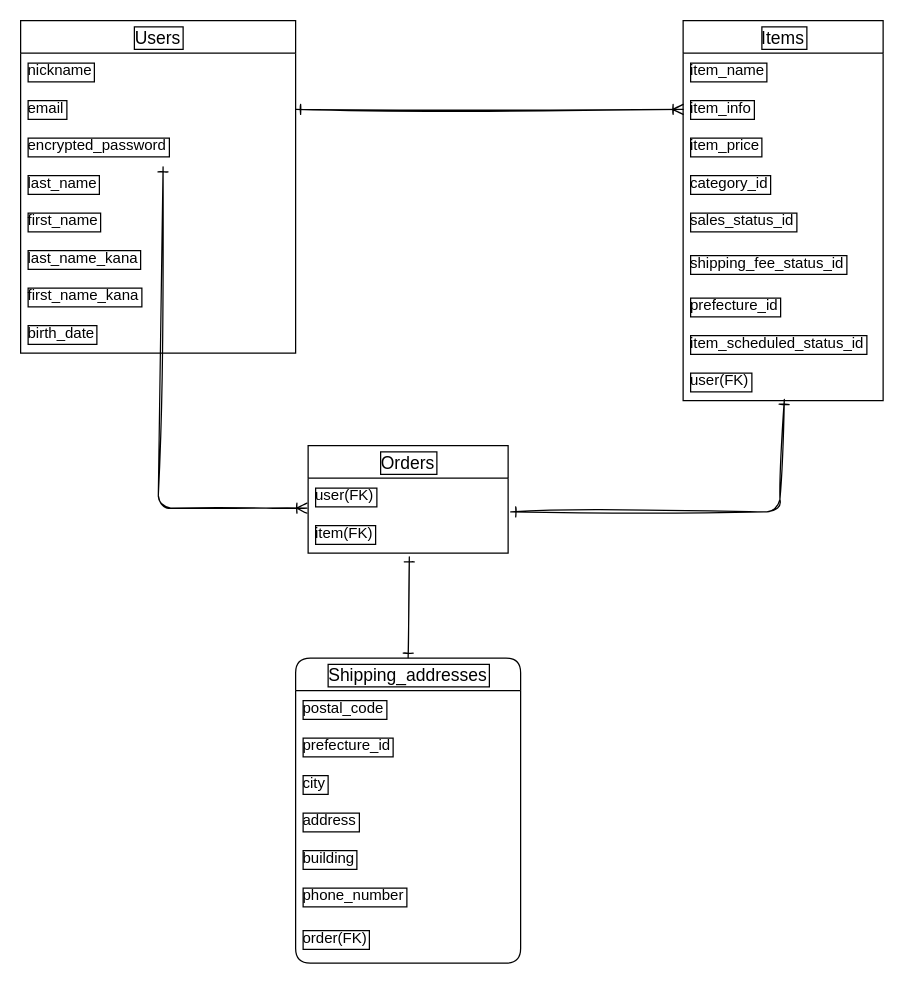
Earlier version of the draw.io diagram furima.dio (akiyuki-23/furima-38388). Source tidied: cells renumbered, new cells numbered last; positions are measured from the earlier drawing's top-left corner, leaving out a move shared by most shapes. Both pictures are drawn from the tidied source at 125%, with x=0, y=0 at pixel (20, 20).
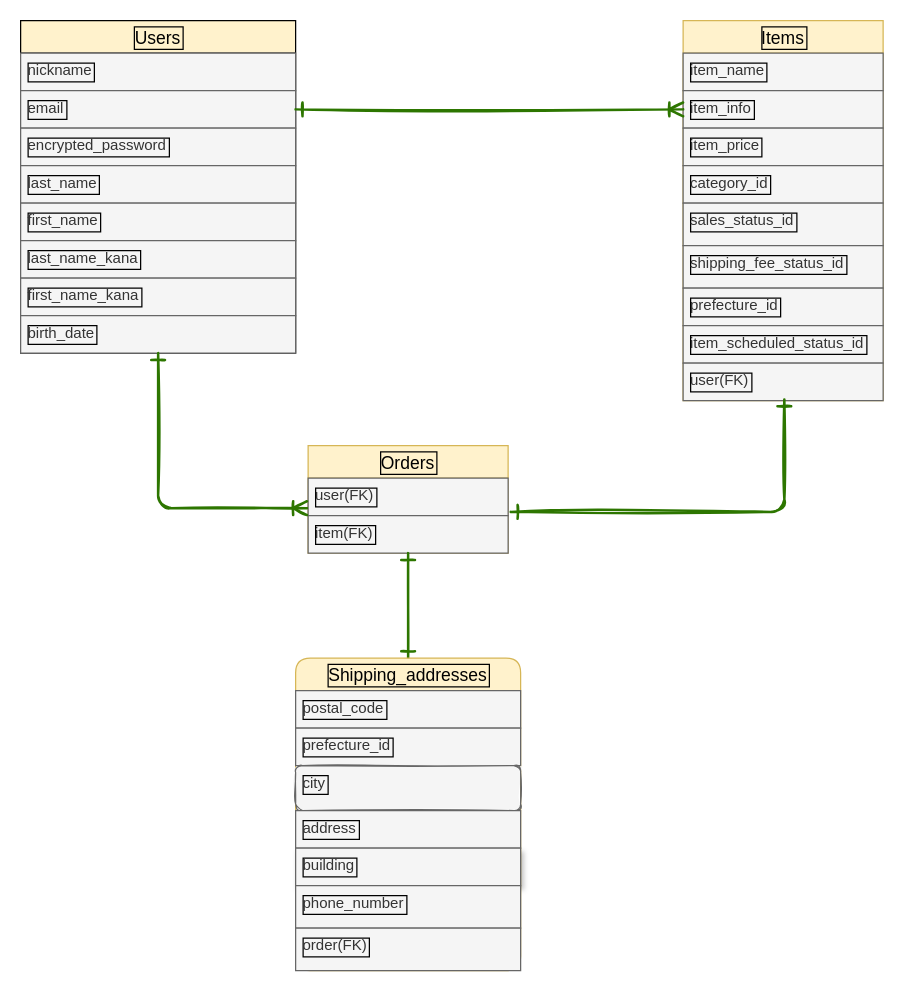
The same page after the edit.

Commit message (it also covers changes not shown here):
ER図のテキスト変更

The edit, as a diff of the source:
```diff
@@
-    <mxCell id="2" value="Items" style="swimlane;fontStyle=0;horizontal=1;startSize=26;align=center;fontSize=14;labelBorderColor=default;" parent="1" vertex="1">
+    <mxCell id="2" value="Items" style="swimlane;fontStyle=0;horizontal=1;startSize=26;align=center;fontSize=14;labelBorderColor=default;fillColor=#fff2cc;strokeColor=#d6b656;" parent="1" vertex="1">
       <mxGeometry x="530" width="160" height="304" as="geometry" />
     </mxCell>
-    <mxCell id="3" value="item_name" style="text;strokeColor=none;fillColor=none;spacingLeft=4;spacingRight=4;overflow=hidden;fontSize=12;labelBorderColor=default;" parent="2" vertex="1">
+    <mxCell id="3" value="item_name" style="text;strokeColor=#666666;fillColor=#f5f5f5;spacingLeft=4;spacingRight=4;overflow=hidden;fontSize=12;labelBorderColor=default;fontColor=#333333;" parent="2" vertex="1">
       <mxGeometry y="26" width="160" height="30" as="geometry" />
     </mxCell>
-    <mxCell id="4" value="item_info" style="text;strokeColor=none;fillColor=none;spacingLeft=4;spacingRight=4;overflow=hidden;points=[[0,0.5],[1,0.5]];portConstraint=eastwest;fontSize=12;labelBorderColor=default;" parent="2" vertex="1">
+    <mxCell id="4" value="item_info" style="text;strokeColor=#666666;fillColor=#f5f5f5;spacingLeft=4;spacingRight=4;overflow=hidden;points=[[0,0.5],[1,0.5]];portConstraint=eastwest;fontSize=12;labelBorderColor=default;fontColor=#333333;" parent="2" vertex="1">
       <mxGeometry y="56" width="160" height="30" as="geometry" />
     </mxCell>
-    <mxCell id="5" value="item_price" style="text;strokeColor=none;fillColor=none;spacingLeft=4;spacingRight=4;overflow=hidden;fontSize=12;labelBorderColor=default;" parent="2" vertex="1">
+    <mxCell id="5" value="item_price" style="text;strokeColor=#666666;fillColor=#f5f5f5;spacingLeft=4;spacingRight=4;overflow=hidden;fontSize=12;labelBorderColor=default;fontColor=#333333;" parent="2" vertex="1">
       <mxGeometry y="86" width="160" height="30" as="geometry" />
     </mxCell>
-    <mxCell id="6" value="category_id" style="text;strokeColor=none;fillColor=none;spacingLeft=4;spacingRight=4;overflow=hidden;fontSize=12;labelBorderColor=default;" parent="2" vertex="1">
+    <mxCell id="6" value="category_id" style="text;strokeColor=#666666;fillColor=#f5f5f5;spacingLeft=4;spacingRight=4;overflow=hidden;fontSize=12;labelBorderColor=default;fontColor=#333333;" parent="2" vertex="1">
       <mxGeometry y="116" width="160" height="30" as="geometry" />
     </mxCell>
-    <mxCell id="7" value="sales_status_id" style="text;strokeColor=none;fillColor=none;spacingLeft=4;spacingRight=4;overflow=hidden;fontSize=12;labelBorderColor=default;" parent="2" vertex="1">
+    <mxCell id="7" value="sales_status_id" style="text;strokeColor=#666666;fillColor=#f5f5f5;spacingLeft=4;spacingRight=4;overflow=hidden;fontSize=12;labelBorderColor=default;fontColor=#333333;" parent="2" vertex="1">
       <mxGeometry y="146" width="160" height="34" as="geometry" />
     </mxCell>
-    <mxCell id="8" value="shipping_fee_status_id" style="text;strokeColor=none;fillColor=none;spacingLeft=4;spacingRight=4;overflow=hidden;fontSize=12;labelBorderColor=default;" parent="2" vertex="1">
+    <mxCell id="8" value="shipping_fee_status_id" style="text;strokeColor=#666666;fillColor=#f5f5f5;spacingLeft=4;spacingRight=4;overflow=hidden;fontSize=12;labelBorderColor=default;fontColor=#333333;" parent="2" vertex="1">
       <mxGeometry y="180" width="160" height="34" as="geometry" />
     </mxCell>
-    <mxCell id="9" value="prefecture_id" style="text;strokeColor=none;fillColor=none;spacingLeft=4;spacingRight=4;overflow=hidden;fontSize=12;labelBorderColor=default;" parent="2" vertex="1">
+    <mxCell id="9" value="prefecture_id" style="text;strokeColor=#666666;fillColor=#f5f5f5;spacingLeft=4;spacingRight=4;overflow=hidden;fontSize=12;labelBorderColor=default;fontColor=#333333;" parent="2" vertex="1">
       <mxGeometry y="214" width="160" height="30" as="geometry" />
     </mxCell>
-    <mxCell id="10" value="item_scheduled_status_id" style="text;strokeColor=none;fillColor=none;spacingLeft=4;spacingRight=4;overflow=hidden;fontSize=12;labelBorderColor=default;" parent="2" vertex="1">
+    <mxCell id="10" value="item_scheduled_status_id" style="text;strokeColor=#666666;fillColor=#f5f5f5;spacingLeft=4;spacingRight=4;overflow=hidden;fontSize=12;labelBorderColor=default;fontColor=#333333;" parent="2" vertex="1">
       <mxGeometry y="244" width="160" height="30" as="geometry" />
     </mxCell>
-    <mxCell id="11" value="user(FK)" style="text;strokeColor=none;fillColor=none;spacingLeft=4;spacingRight=4;overflow=hidden;points=[[0,0.5],[1,0.5]];portConstraint=eastwest;fontSize=12;labelBorderColor=default;" parent="2" vertex="1">
+    <mxCell id="11" value="user(FK)" style="text;strokeColor=#666666;fillColor=#f5f5f5;spacingLeft=4;spacingRight=4;overflow=hidden;points=[[0,0.5],[1,0.5]];portConstraint=eastwest;fontSize=12;labelBorderColor=default;fontColor=#333333;" parent="2" vertex="1">
       <mxGeometry y="274" width="160" height="30" as="geometry" />
     </mxCell>
-    <mxCell id="12" value="Orders" style="swimlane;fontStyle=0;horizontal=1;startSize=26;align=center;fontSize=14;labelBorderColor=default;" parent="1" vertex="1">
+    <mxCell id="12" value="Orders" style="swimlane;fontStyle=0;horizontal=1;startSize=26;align=center;fontSize=14;labelBorderColor=default;fillColor=#fff2cc;strokeColor=#d6b656;" parent="1" vertex="1">
       <mxGeometry x="230" y="340" width="160" height="86" as="geometry" />
     </mxCell>
-    <mxCell id="13" value="user(FK)" style="text;strokeColor=none;fillColor=none;spacingLeft=4;spacingRight=4;overflow=hidden;points=[[0,0.5],[1,0.5]];portConstraint=eastwest;fontSize=12;labelBorderColor=default;" parent="12" vertex="1">
+    <mxCell id="13" value="user(FK)" style="text;strokeColor=#666666;fillColor=#f5f5f5;spacingLeft=4;spacingRight=4;overflow=hidden;points=[[0,0.5],[1,0.5]];portConstraint=eastwest;fontSize=12;labelBorderColor=default;fontColor=#333333;" parent="12" vertex="1">
       <mxGeometry y="26" width="160" height="30" as="geometry" />
     </mxCell>
-    <mxCell id="14" value="item(FK)" style="text;strokeColor=none;fillColor=none;spacingLeft=4;spacingRight=4;overflow=hidden;points=[[0,0.5],[1,0.5]];portConstraint=eastwest;fontSize=12;labelBorderColor=default;" parent="12" vertex="1">
+    <mxCell id="14" value="item(FK)" style="text;strokeColor=#666666;fillColor=#f5f5f5;spacingLeft=4;spacingRight=4;overflow=hidden;points=[[0,0.5],[1,0.5]];portConstraint=eastwest;fontSize=12;labelBorderColor=default;fontColor=#333333;" parent="12" vertex="1">
       <mxGeometry y="56" width="160" height="30" as="geometry" />
     </mxCell>
-    <mxCell id="15" value="Users" style="swimlane;fontStyle=0;horizontal=1;startSize=26;align=center;fontSize=14;labelBorderColor=default;" parent="1" vertex="1">
+    <mxCell id="15" value="Users" style="swimlane;fontStyle=0;horizontal=1;startSize=26;align=center;fontSize=14;labelBorderColor=default;strokeColor=#000000;fillColor=#fff2cc;" parent="1" vertex="1">
       <mxGeometry width="220" height="266" as="geometry" />
     </mxCell>
-    <mxCell id="16" value="nickname" style="text;strokeColor=none;fillColor=none;spacingLeft=4;spacingRight=4;overflow=hidden;fontSize=12;labelBorderColor=default;" parent="15" vertex="1">
+    <mxCell id="16" value="nickname" style="text;strokeColor=#666666;fillColor=#f5f5f5;spacingLeft=4;spacingRight=4;overflow=hidden;fontSize=12;labelBorderColor=default;fontColor=#333333;" parent="15" vertex="1">
       <mxGeometry y="26" width="220" height="30" as="geometry" />
     </mxCell>
-    <mxCell id="17" value="email" style="text;strokeColor=none;fillColor=none;spacingLeft=4;spacingRight=4;overflow=hidden;points=[[0,0.5],[1,0.5]];portConstraint=eastwest;fontSize=12;labelBorderColor=default;" parent="15" vertex="1">
+    <mxCell id="17" value="email" style="text;strokeColor=#666666;fillColor=#f5f5f5;spacingLeft=4;spacingRight=4;overflow=hidden;points=[[0,0.5],[1,0.5]];portConstraint=eastwest;fontSize=12;labelBorderColor=default;fontColor=#333333;" parent="15" vertex="1">
       <mxGeometry y="56" width="220" height="30" as="geometry" />
     </mxCell>
-    <mxCell id="18" value="encrypted_password" style="text;strokeColor=none;fillColor=none;spacingLeft=4;spacingRight=4;overflow=hidden;points=[[0,0.5],[1,0.5]];portConstraint=eastwest;fontSize=12;labelBorderColor=default;" parent="15" vertex="1">
+    <mxCell id="18" value="encrypted_password" style="text;strokeColor=#666666;fillColor=#f5f5f5;spacingLeft=4;spacingRight=4;overflow=hidden;points=[[0,0.5],[1,0.5]];portConstraint=eastwest;fontSize=12;labelBorderColor=default;fontColor=#333333;" parent="15" vertex="1">
       <mxGeometry y="86" width="220" height="30" as="geometry" />
     </mxCell>
-    <mxCell id="19" value="last_name" style="text;strokeColor=none;fillColor=none;spacingLeft=4;spacingRight=4;overflow=hidden;fontSize=12;labelBorderColor=default;" parent="15" vertex="1">
+    <mxCell id="19" value="last_name" style="text;strokeColor=#666666;fillColor=#f5f5f5;spacingLeft=4;spacingRight=4;overflow=hidden;fontSize=12;labelBorderColor=default;fontColor=#333333;" parent="15" vertex="1">
       <mxGeometry y="116" width="220" height="30" as="geometry" />
     </mxCell>
-    <mxCell id="20" value="first_name" style="text;strokeColor=none;fillColor=none;spacingLeft=4;spacingRight=4;overflow=hidden;fontSize=12;labelBorderColor=default;" parent="15" vertex="1">
+    <mxCell id="20" value="first_name" style="text;strokeColor=#666666;fillColor=#f5f5f5;spacingLeft=4;spacingRight=4;overflow=hidden;fontSize=12;labelBorderColor=default;fontColor=#333333;" parent="15" vertex="1">
       <mxGeometry y="146" width="220" height="30" as="geometry" />
     </mxCell>
-    <mxCell id="21" value="last_name_kana" style="text;strokeColor=none;fillColor=none;spacingLeft=4;spacingRight=4;overflow=hidden;fontSize=12;labelBorderColor=default;" parent="15" vertex="1">
+    <mxCell id="21" value="last_name_kana" style="text;strokeColor=#666666;fillColor=#f5f5f5;spacingLeft=4;spacingRight=4;overflow=hidden;fontSize=12;labelBorderColor=default;fontColor=#333333;" parent="15" vertex="1">
       <mxGeometry y="176" width="220" height="30" as="geometry" />
     </mxCell>
-    <mxCell id="22" value="first_name_kana" style="text;strokeColor=none;fillColor=none;spacingLeft=4;spacingRight=4;overflow=hidden;fontSize=12;labelBorderColor=default;" parent="15" vertex="1">
+    <mxCell id="22" value="first_name_kana" style="text;strokeColor=#666666;fillColor=#f5f5f5;spacingLeft=4;spacingRight=4;overflow=hidden;fontSize=12;labelBorderColor=default;fontColor=#333333;" parent="15" vertex="1">
       <mxGeometry y="206" width="220" height="30" as="geometry" />
     </mxCell>
-    <mxCell id="23" value="birth_date" style="text;strokeColor=none;fillColor=none;spacingLeft=4;spacingRight=4;overflow=hidden;fontSize=12;labelBorderColor=default;" parent="15" vertex="1">
+    <mxCell id="23" value="birth_date" style="text;strokeColor=#666666;fillColor=#f5f5f5;spacingLeft=4;spacingRight=4;overflow=hidden;fontSize=12;labelBorderColor=default;fontColor=#333333;" parent="15" vertex="1">
       <mxGeometry y="236" width="220" height="30" as="geometry" />
     </mxCell>
-    <mxCell id="24" style="edgeStyle=none;sketch=1;html=1;exitX=0.5;exitY=0;exitDx=0;exitDy=0;entryX=0.506;entryY=1.1;entryDx=0;entryDy=0;entryPerimeter=0;startArrow=ERone;startFill=0;endArrow=ERone;endFill=0;" parent="1" edge="1" source="25" target="14">
+    <mxCell id="24" style="sketch=1;html=1;startArrow=ERone;startFill=0;endArrow=ERone;endFill=0;strokeWidth=2;endSize=8;startSize=8;fillColor=#60a917;strokeColor=#2D7600;" parent="1" edge="1" source="25" target="12">
       <mxGeometry relative="1" as="geometry" />
     </mxCell>
-    <mxCell id="25" value="Shipping_addresses" style="swimlane;fontStyle=0;horizontal=1;startSize=26;align=center;fontSize=14;labelBorderColor=default;rounded=1;" parent="1" vertex="1">
-      <mxGeometry x="220" y="510" width="180" height="244" as="geometry" />
+    <mxCell id="25" value="Shipping_addresses" style="swimlane;fontStyle=0;horizontal=1;startSize=26;align=center;fontSize=14;labelBorderColor=default;rounded=1;fillColor=#fff2cc;strokeColor=#d6b656;" parent="1" vertex="1">
+      <mxGeometry x="220" y="510" width="180" height="250" as="geometry" />
     </mxCell>
-    <mxCell id="26" value="postal_code" style="text;strokeColor=none;fillColor=none;spacingLeft=4;spacingRight=4;overflow=hidden;fontSize=12;labelBorderColor=default;" parent="25" vertex="1">
+    <mxCell id="26" value="postal_code" style="text;strokeColor=#666666;fillColor=#f5f5f5;spacingLeft=4;spacingRight=4;overflow=hidden;fontSize=12;labelBorderColor=default;fontColor=#333333;" parent="25" vertex="1">
       <mxGeometry y="26" width="180" height="30" as="geometry" />
     </mxCell>
-    <mxCell id="27" value="prefecture_id" style="text;strokeColor=none;fillColor=none;spacingLeft=4;spacingRight=4;overflow=hidden;fontSize=12;labelBorderColor=default;" parent="25" vertex="1">
+    <mxCell id="27" value="prefecture_id" style="text;strokeColor=#666666;fillColor=#f5f5f5;spacingLeft=4;spacingRight=4;overflow=hidden;fontSize=12;labelBorderColor=default;fontColor=#333333;" parent="25" vertex="1">
       <mxGeometry y="56" width="180" height="30" as="geometry" />
     </mxCell>
-    <mxCell id="28" value="city" style="text;strokeColor=none;fillColor=none;spacingLeft=4;spacingRight=4;overflow=hidden;fontSize=12;labelBorderColor=default;rounded=1;sketch=1;" parent="25" vertex="1">
-      <mxGeometry y="86" width="180" height="30" as="geometry" />
+    <mxCell id="28" value="city" style="text;strokeColor=#666666;fillColor=#f5f5f5;spacingLeft=4;spacingRight=4;overflow=hidden;fontSize=12;labelBorderColor=default;rounded=1;sketch=1;fillStyle=solid;fontColor=#333333;" parent="25" vertex="1">
+      <mxGeometry y="86" width="180" height="36" as="geometry" />
     </mxCell>
-    <mxCell id="29" value="address" style="text;strokeColor=none;fillColor=none;spacingLeft=4;spacingRight=4;overflow=hidden;fontSize=12;labelBorderColor=default;" parent="25" vertex="1">
-      <mxGeometry y="116" width="180" height="30" as="geometry" />
+    <mxCell id="29" value="address" style="text;strokeColor=#666666;fillColor=#f5f5f5;spacingLeft=4;spacingRight=4;overflow=hidden;fontSize=12;labelBorderColor=default;fontColor=#333333;" parent="25" vertex="1">
+      <mxGeometry y="122" width="180" height="30" as="geometry" />
     </mxCell>
-    <mxCell id="30" value="building" style="text;strokeColor=none;fillColor=none;spacingLeft=4;spacingRight=4;overflow=hidden;fontSize=12;labelBorderColor=default;shadow=1;" parent="25" vertex="1">
-      <mxGeometry y="146" width="180" height="30" as="geometry" />
+    <mxCell id="30" value="building" style="text;strokeColor=#666666;fillColor=#f5f5f5;spacingLeft=4;spacingRight=4;overflow=hidden;fontSize=12;labelBorderColor=default;shadow=1;fontColor=#333333;" parent="25" vertex="1">
+      <mxGeometry y="152" width="180" height="30" as="geometry" />
     </mxCell>
-    <mxCell id="31" value="phone_number" style="text;strokeColor=none;fillColor=none;spacingLeft=4;spacingRight=4;overflow=hidden;fontSize=12;labelBorderColor=default;" parent="25" vertex="1">
-      <mxGeometry y="176" width="180" height="34" as="geometry" />
+    <mxCell id="31" value="phone_number" style="text;strokeColor=#666666;fillColor=#f5f5f5;spacingLeft=4;spacingRight=4;overflow=hidden;fontSize=12;labelBorderColor=default;fontColor=#333333;" parent="25" vertex="1">
+      <mxGeometry y="182" width="180" height="34" as="geometry" />
     </mxCell>
-    <mxCell id="32" value="order(FK)" style="text;strokeColor=none;fillColor=none;spacingLeft=4;spacingRight=4;overflow=hidden;fontSize=12;labelBorderColor=default;" parent="25" vertex="1">
-      <mxGeometry y="210" width="180" height="34" as="geometry" />
+    <mxCell id="32" value="order(FK)" style="text;strokeColor=#666666;fillColor=#f5f5f5;spacingLeft=4;spacingRight=4;overflow=hidden;fontSize=12;labelBorderColor=default;fontColor=#333333;" parent="25" vertex="1">
+      <mxGeometry y="216" width="180" height="34" as="geometry" />
     </mxCell>
-    <mxCell id="33" style="edgeStyle=none;html=1;exitX=1;exitY=0.5;exitDx=0;exitDy=0;entryX=0;entryY=0.5;entryDx=0;entryDy=0;sketch=1;startArrow=ERone;startFill=0;endArrow=ERoneToMany;endFill=0;" parent="1" edge="1" source="17" target="4">
+    <mxCell id="33" style="edgeStyle=none;html=1;exitX=1;exitY=0.5;exitDx=0;exitDy=0;entryX=0;entryY=0.5;entryDx=0;entryDy=0;sketch=1;startArrow=ERone;startFill=0;endArrow=ERoneToMany;endFill=0;strokeWidth=2;endSize=8;startSize=8;fillColor=#60a917;strokeColor=#2D7600;" parent="1" edge="1" source="17" target="4">
       <mxGeometry relative="1" as="geometry" />
     </mxCell>
-    <mxCell id="34" style="edgeStyle=none;sketch=1;html=1;exitX=1.013;exitY=-0.1;exitDx=0;exitDy=0;startArrow=ERone;startFill=0;endArrow=ERone;endFill=0;exitPerimeter=0;entryX=0.506;entryY=0.967;entryDx=0;entryDy=0;entryPerimeter=0;" parent="1" edge="1" source="14" target="11">
+    <mxCell id="34" style="sketch=1;html=1;exitX=1.013;exitY=-0.1;exitDx=0;exitDy=0;startArrow=ERone;startFill=0;endArrow=ERone;endFill=0;exitPerimeter=0;entryX=0.506;entryY=0.967;entryDx=0;entryDy=0;entryPerimeter=0;endSize=8;startSize=8;strokeWidth=2;fillColor=#60a917;strokeColor=#2D7600;" parent="1" edge="1" source="14" target="11">
       <mxGeometry relative="1" as="geometry">
         <Array as="points">
-          <mxPoint x="607" y="393" />
+          <mxPoint x="611" y="393" />
         </Array>
       </mxGeometry>
     </mxCell>
-    <mxCell id="35" style="edgeStyle=none;sketch=1;html=1;exitX=-0.006;exitY=0.8;exitDx=0;exitDy=0;startArrow=ERoneToMany;startFill=0;endArrow=ERone;endFill=0;exitPerimeter=0;entryX=0.518;entryY=1.033;entryDx=0;entryDy=0;entryPerimeter=0;" parent="1" edge="1" source="13" target="18">
+    <mxCell id="35" style="edgeStyle=none;sketch=1;html=1;exitX=-0.006;exitY=0.8;exitDx=0;exitDy=0;startArrow=ERoneToMany;startFill=0;endArrow=ERone;endFill=0;exitPerimeter=0;strokeWidth=2;endSize=8;startSize=8;fillColor=#60a917;strokeColor=#2D7600;" parent="1" edge="1" source="13" target="15">
       <mxGeometry relative="1" as="geometry">
         <Array as="points">
           <mxPoint x="110" y="390" />
         </Array>
       </mxGeometry>
     </mxCell>
```
